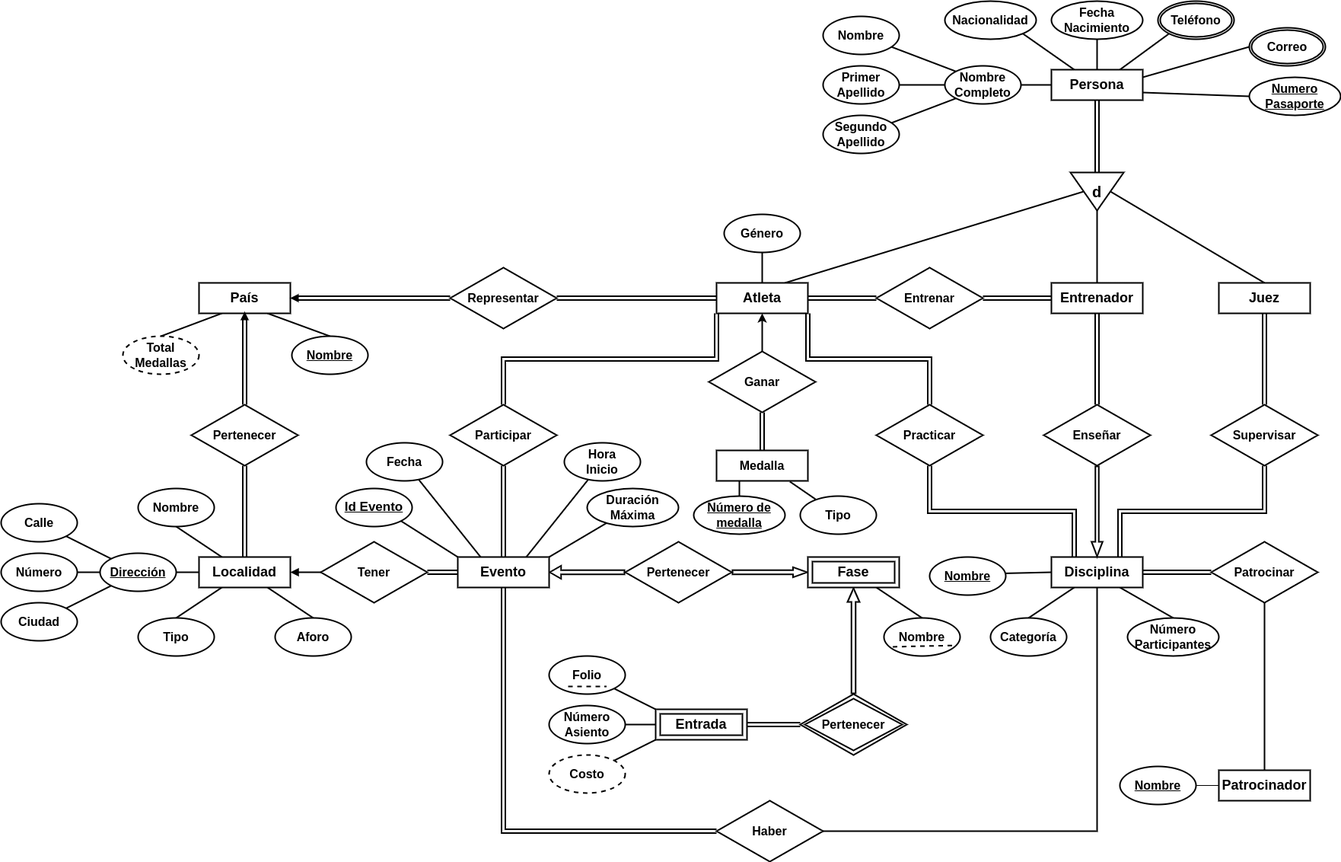
Earlier version of the draw.io export Practica03_equipo/Diagramas/ERequipo.png (Htska/Db). Source tidied: cells renumbered, new cells last; positions are measured from the earlier drawing's top-left corner, leaving out a move shared by most shapes.
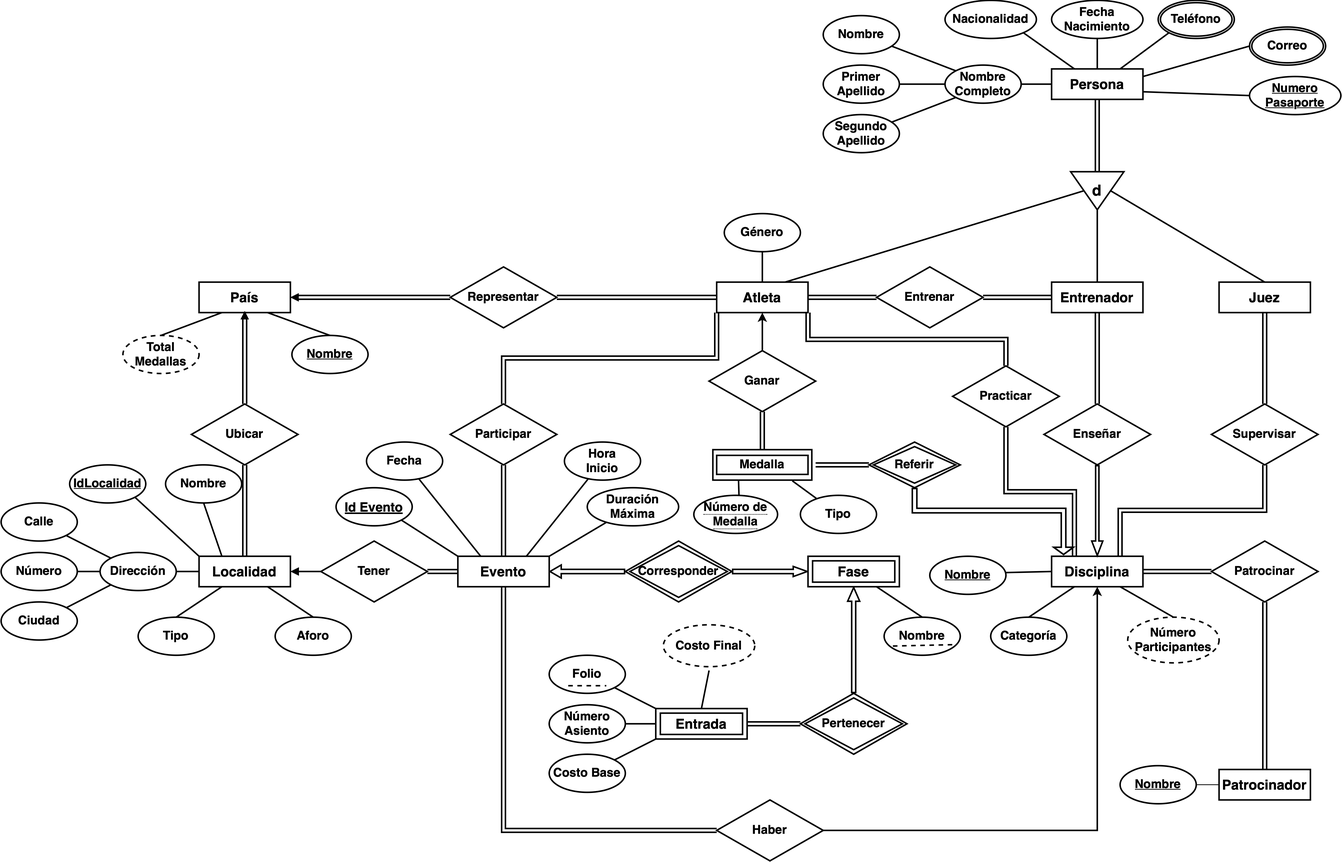
After the commit.

Commit message:
Diagrama practica corregida

Diff of the diagram source:
```diff
@@ -26,8 +26,10 @@
     <mxCell id="9" style="edgeStyle=orthogonalEdgeStyle;shape=link;rounded=0;jettySize=auto;html=1;exitX=0.5;exitY=1;exitDx=0;exitDy=0;entryX=0;entryY=0.5;entryDx=0;entryDy=0;strokeColor=default;strokeWidth=2;align=center;verticalAlign=middle;fontFamily=Helvetica;fontSize=11;fontColor=default;labelBackgroundColor=default;endArrow=none;endFill=0;" parent="1" edge="1" source="11">
       <mxGeometry relative="1" as="geometry" />
     </mxCell>
-    <mxCell id="10" style="edgeStyle=none;shape=flexArrow;rounded=0;jettySize=auto;html=1;entryX=0;entryY=0.5;entryDx=0;entryDy=0;strokeColor=default;strokeWidth=2;align=center;verticalAlign=middle;fontFamily=Helvetica;fontSize=11;fontColor=default;labelBackgroundColor=default;startArrow=block;startFill=1;startSize=4.2615384615384615;endArrow=none;endFill=0;width=4.615384615384615;startWidth=9.52662721893491;" parent="1" edge="1" source="11" target="89">
-      <mxGeometry relative="1" as="geometry" />
+    <mxCell id="10" style="edgeStyle=none;shape=flexArrow;rounded=0;jettySize=auto;html=1;entryX=0;entryY=0.5;entryDx=0;entryDy=0;strokeColor=default;strokeWidth=2;align=center;verticalAlign=middle;fontFamily=Helvetica;fontSize=11;fontColor=default;labelBackgroundColor=default;startArrow=block;startFill=1;startSize=4.2615384615384615;endArrow=none;endFill=0;width=4.615384615384615;startWidth=9.52662721893491;" parent="1" edge="1" source="11">
+      <mxGeometry relative="1" as="geometry">
+        <mxPoint x="820" y="750" as="targetPoint" />
+      </mxGeometry>
     </mxCell>
     <mxCell id="11" value="&lt;b&gt;Evento&lt;/b&gt;" style="whiteSpace=wrap;html=1;align=center;strokeWidth=2;fontSize=18;gradientColor=none;strokeColor=default;verticalAlign=middle;fontFamily=Helvetica;fontColor=default;fontStyle=1;fillColor=default;" parent="1" vertex="1">
       <mxGeometry x="600" y="730" width="120" height="40" as="geometry" />
@@ -42,7 +44,7 @@
       <mxGeometry x="860" y="930" width="120" height="40" as="geometry" />
     </mxCell>
     <mxCell id="15" value="&lt;div&gt;Nombre&lt;/div&gt;" style="ellipse;whiteSpace=wrap;html=1;align=center;fontSize=16;fontStyle=1;strokeWidth=2;" parent="1" vertex="1">
-      <mxGeometry x="180" y="640" width="100" height="50" as="geometry" />
+      <mxGeometry x="216" y="610" width="100" height="50" as="geometry" />
     </mxCell>
     <mxCell id="16" style="edgeStyle=none;shape=connector;rounded=0;jettySize=auto;html=1;exitX=0;exitY=1;exitDx=0;exitDy=0;entryX=1;entryY=0;entryDx=0;entryDy=0;strokeColor=default;strokeWidth=2;align=center;verticalAlign=middle;fontFamily=Helvetica;fontSize=11;fontColor=default;labelBackgroundColor=default;endArrow=none;endFill=0;" parent="1" edge="1" source="18" target="19">
       <mxGeometry relative="1" as="geometry" />
@@ -50,7 +52,7 @@
     <mxCell id="17" style="edgeStyle=none;shape=connector;rounded=0;jettySize=auto;html=1;exitX=0;exitY=0;exitDx=0;exitDy=0;strokeColor=default;strokeWidth=2;align=center;verticalAlign=middle;fontFamily=Helvetica;fontSize=11;fontColor=default;labelBackgroundColor=default;endArrow=none;endFill=0;" parent="1" edge="1" source="18" target="22">
       <mxGeometry relative="1" as="geometry" />
     </mxCell>
-    <mxCell id="18" value="Dirección" style="ellipse;whiteSpace=wrap;html=1;align=center;fontStyle=5;strokeWidth=2;fontSize=16;" parent="1" vertex="1">
+    <mxCell id="18" value="Dirección" style="ellipse;whiteSpace=wrap;html=1;align=center;fontStyle=1;strokeWidth=2;fontSize=16;" parent="1" vertex="1">
       <mxGeometry x="130" y="725" width="100" height="50" as="geometry" />
     </mxCell>
     <mxCell id="19" value="Ciudad" style="ellipse;whiteSpace=wrap;html=1;align=center;fontSize=16;fontStyle=1;strokeWidth=2;" parent="1" vertex="1">
@@ -104,14 +106,14 @@
     <mxCell id="35" value="Folio" style="ellipse;whiteSpace=wrap;html=1;align=center;fontStyle=1;strokeWidth=2;fontSize=16;" parent="1" vertex="1">
       <mxGeometry x="720" y="860" width="100" height="50" as="geometry" />
     </mxCell>
-    <mxCell id="36" value="Costo" style="ellipse;whiteSpace=wrap;html=1;align=center;dashed=1;fontStyle=1;fontSize=16;strokeWidth=2;" parent="1" vertex="1">
+    <mxCell id="36" value="Costo Base" style="ellipse;whiteSpace=wrap;html=1;align=center;fontStyle=1;fontSize=16;strokeWidth=2;" parent="1" vertex="1">
       <mxGeometry x="720" y="990" width="100" height="50" as="geometry" />
     </mxCell>
     <mxCell id="37" style="shape=link;rounded=0;jettySize=auto;html=1;entryX=0.25;entryY=0;entryDx=0;entryDy=0;strokeColor=default;strokeWidth=2;align=center;verticalAlign=middle;fontFamily=Helvetica;fontSize=11;fontColor=default;labelBackgroundColor=default;endArrow=none;endFill=0;edgeStyle=elbowEdgeStyle;elbow=vertical;" parent="1" edge="1" source="38" target="77">
       <mxGeometry relative="1" as="geometry" />
     </mxCell>
     <mxCell id="38" value="&lt;b&gt;Practicar&lt;/b&gt;" style="shape=rhombus;perimeter=rhombusPerimeter;whiteSpace=wrap;html=1;align=center;fontFamily=Helvetica;fontSize=16;labelBackgroundColor=default;strokeWidth=2;" parent="1" vertex="1">
-      <mxGeometry x="1150" y="530" width="140" height="80" as="geometry" />
+      <mxGeometry x="1250" y="480" width="140" height="80" as="geometry" />
     </mxCell>
     <mxCell id="39" style="edgeStyle=none;shape=connector;rounded=0;jettySize=auto;html=1;entryX=0.5;entryY=0;entryDx=0;entryDy=0;strokeColor=default;strokeWidth=2;align=center;verticalAlign=middle;fontFamily=Helvetica;fontSize=11;fontColor=default;labelBackgroundColor=default;endArrow=none;endFill=0;" parent="1" edge="1" source="40" target="50">
       <mxGeometry relative="1" as="geometry" />
@@ -236,10 +238,10 @@
     <mxCell id="79" value="Categoría" style="ellipse;whiteSpace=wrap;html=1;align=center;fontSize=16;fontStyle=1;strokeWidth=2;" parent="1" vertex="1">
       <mxGeometry x="1300" y="810" width="100" height="50" as="geometry" />
     </mxCell>
-    <mxCell id="80" value="&lt;div&gt;Número&lt;/div&gt;&lt;div&gt;Participantes&lt;br&gt;&lt;/div&gt;" style="ellipse;whiteSpace=wrap;html=1;align=center;fontSize=16;fontStyle=1;strokeWidth=2;verticalAlign=middle;horizontal=1;" parent="1" vertex="1">
-      <mxGeometry x="1480" y="810" width="120" height="50" as="geometry" />
+    <mxCell id="80" value="&lt;div&gt;Número&lt;/div&gt;&lt;div&gt;Participantes&lt;br&gt;&lt;/div&gt;" style="ellipse;whiteSpace=wrap;html=1;align=center;fontSize=16;fontStyle=1;strokeWidth=2;verticalAlign=middle;horizontal=1;dashed=1;" parent="1" vertex="1">
+      <mxGeometry x="1480" y="810" width="120" height="60" as="geometry" />
     </mxCell>
-    <mxCell id="81" style="edgeStyle=none;rounded=0;jettySize=auto;html=1;entryX=0.5;entryY=0;entryDx=0;entryDy=0;strokeColor=default;strokeWidth=2;align=center;verticalAlign=middle;fontFamily=Helvetica;fontSize=11;fontColor=default;labelBackgroundColor=default;endArrow=none;endFill=0;" parent="1" edge="1" source="83" target="3">
+    <mxCell id="81" style="edgeStyle=none;rounded=0;jettySize=auto;html=1;entryX=0.5;entryY=0;entryDx=0;entryDy=0;strokeColor=default;strokeWidth=2;align=center;verticalAlign=middle;fontFamily=Helvetica;fontSize=11;fontColor=default;labelBackgroundColor=default;endArrow=none;endFill=0;shape=link;" parent="1" edge="1" source="83" target="3">
       <mxGeometry relative="1" as="geometry" />
     </mxCell>
     <mxCell id="82" style="edgeStyle=none;shape=link;rounded=0;jettySize=auto;html=1;strokeColor=default;strokeWidth=2;align=center;verticalAlign=middle;fontFamily=Helvetica;fontSize=11;fontColor=default;labelBackgroundColor=default;endArrow=none;endFill=0;" parent="1" edge="1" source="83" target="77">
@@ -251,7 +253,7 @@
     <mxCell id="84" style="edgeStyle=none;rounded=0;jettySize=auto;html=1;entryX=0.5;entryY=0;entryDx=0;entryDy=0;strokeColor=default;strokeWidth=2;align=center;verticalAlign=middle;fontFamily=Helvetica;fontSize=11;fontColor=default;labelBackgroundColor=default;endArrow=none;endFill=0;shape=link;" parent="1" edge="1" source="85" target="8">
       <mxGeometry relative="1" as="geometry" />
     </mxCell>
-    <mxCell id="85" value="&lt;font style=&quot;font-size: 16px;&quot;&gt;Pertenecer&lt;/font&gt;" style="shape=rhombus;perimeter=rhombusPerimeter;whiteSpace=wrap;align=center;fontFamily=Helvetica;fontSize=16;labelBackgroundColor=default;strokeWidth=2;fontStyle=1;labelBorderColor=none;textShadow=0;html=1;verticalAlign=middle;" parent="1" vertex="1">
+    <mxCell id="85" value="Ubicar" style="shape=rhombus;perimeter=rhombusPerimeter;whiteSpace=wrap;align=center;fontFamily=Helvetica;fontSize=16;labelBackgroundColor=default;strokeWidth=2;fontStyle=1;labelBorderColor=none;textShadow=0;html=1;verticalAlign=middle;" parent="1" vertex="1">
       <mxGeometry x="250" y="530" width="140" height="80" as="geometry" />
     </mxCell>
     <mxCell id="86" style="rounded=0;jettySize=auto;html=1;strokeColor=default;strokeWidth=2;align=center;verticalAlign=middle;fontFamily=Helvetica;fontSize=11;fontColor=default;labelBackgroundColor=default;endArrow=none;endFill=0;shape=link;" parent="1" edge="1" source="88" target="11">
@@ -263,17 +265,16 @@
     <mxCell id="88" value="Tener" style="shape=rhombus;perimeter=rhombusPerimeter;whiteSpace=wrap;align=center;fontFamily=Helvetica;fontSize=16;labelBackgroundColor=default;strokeWidth=2;fontStyle=1;labelBorderColor=none;textShadow=0;html=1;verticalAlign=middle;" parent="1" vertex="1">
       <mxGeometry x="420" y="710" width="140" height="80" as="geometry" />
     </mxCell>
-    <mxCell id="89" value="&lt;b&gt;Pertenecer&lt;/b&gt;" style="shape=rhombus;perimeter=rhombusPerimeter;whiteSpace=wrap;html=1;align=center;fontFamily=Helvetica;fontSize=16;labelBackgroundColor=default;strokeWidth=2;" parent="1" vertex="1">
-      <mxGeometry x="820" y="710" width="140" height="80" as="geometry" />
-    </mxCell>
     <mxCell id="90" style="edgeStyle=elbowEdgeStyle;shape=link;rounded=0;jettySize=auto;html=1;entryX=0.75;entryY=0;entryDx=0;entryDy=0;strokeColor=default;strokeWidth=2;align=center;verticalAlign=middle;fontFamily=Helvetica;fontSize=11;fontColor=default;labelBackgroundColor=default;endArrow=none;endFill=0;elbow=vertical;" parent="1" edge="1" source="91" target="77">
       <mxGeometry relative="1" as="geometry" />
     </mxCell>
     <mxCell id="91" value="&lt;b&gt;Supervisar&lt;/b&gt;" style="shape=rhombus;perimeter=rhombusPerimeter;whiteSpace=wrap;html=1;align=center;fontFamily=Helvetica;fontSize=16;labelBackgroundColor=default;strokeWidth=2;" parent="1" vertex="1">
       <mxGeometry x="1590" y="530" width="140" height="80" as="geometry" />
     </mxCell>
-    <mxCell id="92" style="edgeStyle=none;shape=flexArrow;rounded=0;jettySize=auto;html=1;exitX=0;exitY=0.5;exitDx=0;exitDy=0;strokeColor=default;strokeWidth=2;align=center;verticalAlign=middle;fontFamily=Helvetica;fontSize=11;fontColor=default;labelBackgroundColor=default;startArrow=block;startFill=1;startSize=5.476923076923077;endArrow=none;endFill=0;width=4.615384615384615;startWidth=5.680473372781065;entryX=1;entryY=0.5;entryDx=0;entryDy=0;" parent="1" edge="1" source="120" target="89">
-      <mxGeometry relative="1" as="geometry" />
+    <mxCell id="92" style="edgeStyle=none;shape=flexArrow;rounded=0;jettySize=auto;html=1;exitX=0;exitY=0.5;exitDx=0;exitDy=0;strokeColor=default;strokeWidth=2;align=center;verticalAlign=middle;fontFamily=Helvetica;fontSize=11;fontColor=default;labelBackgroundColor=default;startArrow=block;startFill=1;startSize=5.476923076923077;endArrow=none;endFill=0;width=4.615384615384615;startWidth=5.680473372781065;entryX=1;entryY=0.5;entryDx=0;entryDy=0;" parent="1" edge="1" source="120">
+      <mxGeometry relative="1" as="geometry">
+        <mxPoint x="960" y="750" as="targetPoint" />
+      </mxGeometry>
     </mxCell>
     <mxCell id="93" style="edgeStyle=none;rounded=0;jettySize=auto;html=1;strokeColor=default;strokeWidth=2;align=center;verticalAlign=middle;fontFamily=Helvetica;fontSize=11;fontColor=default;labelBackgroundColor=default;endArrow=none;endFill=0;shape=link;" parent="1" edge="1" source="94" target="50">
       <mxGeometry relative="1" as="geometry" />
@@ -326,17 +327,19 @@
     <mxCell id="108" value="Tipo" style="ellipse;whiteSpace=wrap;html=1;align=center;fontSize=16;fontStyle=1;strokeWidth=2;" parent="1" vertex="1">
       <mxGeometry x="1050" y="650" width="100" height="50" as="geometry" />
     </mxCell>
-    <mxCell id="109" style="edgeStyle=none;shape=connector;rounded=0;jettySize=auto;html=1;entryX=0.25;entryY=0;entryDx=0;entryDy=0;strokeColor=default;strokeWidth=2;align=center;verticalAlign=middle;fontFamily=Helvetica;fontSize=11;fontColor=default;labelBackgroundColor=default;endArrow=none;endFill=0;" parent="1" edge="1" source="110" target="117">
-      <mxGeometry relative="1" as="geometry" />
+    <mxCell id="109" style="edgeStyle=none;shape=connector;rounded=0;jettySize=auto;html=1;entryX=0.25;entryY=0;entryDx=0;entryDy=0;strokeColor=default;strokeWidth=2;align=center;verticalAlign=middle;fontFamily=Helvetica;fontSize=11;fontColor=default;labelBackgroundColor=default;endArrow=none;endFill=0;" parent="1" edge="1" target="117">
+      <mxGeometry relative="1" as="geometry">
+        <mxPoint x="969.3" y="650" as="sourcePoint" />
+      </mxGeometry>
     </mxCell>
-    <mxCell id="110" value="&lt;div&gt;&lt;u&gt;Número de medalla&lt;/u&gt;&lt;/div&gt;" style="ellipse;whiteSpace=wrap;html=1;align=center;fontSize=16;fontStyle=1;strokeWidth=2;" parent="1" vertex="1">
-      <mxGeometry x="910" y="650" width="120" height="50" as="geometry" />
-    </mxCell>
     <mxCell id="111" value="&lt;div&gt;Total&lt;/div&gt;&lt;div&gt;Medallas&lt;br&gt;&lt;/div&gt;" style="ellipse;whiteSpace=wrap;html=1;align=center;dashed=1;fontStyle=1;fontSize=16;strokeWidth=2;" parent="1" vertex="1">
       <mxGeometry x="160" y="440" width="100" height="50" as="geometry" />
     </mxCell>
-    <mxCell id="112" style="edgeStyle=orthogonalEdgeStyle;rounded=0;orthogonalLoop=1;jettySize=auto;html=1;exitX=0.5;exitY=1;exitDx=0;exitDy=0;" parent="1" edge="1" source="110" target="110">
-      <mxGeometry relative="1" as="geometry" />
+    <mxCell id="112" style="edgeStyle=orthogonalEdgeStyle;rounded=0;orthogonalLoop=1;jettySize=auto;html=1;exitX=0.5;exitY=1;exitDx=0;exitDy=0;" parent="1" edge="1">
+      <mxGeometry relative="1" as="geometry">
+        <mxPoint x="970" y="700" as="sourcePoint" />
+        <mxPoint x="970" y="700" as="targetPoint" />
+      </mxGeometry>
     </mxCell>
     <mxCell id="113" value="Nombre" style="ellipse;whiteSpace=wrap;html=1;align=center;fontStyle=5;strokeWidth=2;fontSize=16;" parent="1" vertex="1">
       <mxGeometry x="382" y="440" width="100" height="50" as="geometry" />
@@ -351,7 +354,7 @@
       <mxGeometry x="382" y="386" width="8" height="8" as="geometry" />
     </mxCell>
     <mxCell id="117" value="&lt;b style=&quot;font-size: 16px;&quot;&gt;Medalla&lt;/b&gt;" style="whiteSpace=wrap;html=1;align=center;strokeWidth=2;fontSize=16;" parent="1" vertex="1">
-      <mxGeometry x="940" y="590" width="120" height="40" as="geometry" />
+      <mxGeometry x="935" y="590" width="130" height="40" as="geometry" />
     </mxCell>
     <mxCell id="118" style="edgeStyle=none;shape=connector;rounded=0;jettySize=auto;html=1;exitX=0.75;exitY=1;exitDx=0;exitDy=0;entryX=0.5;entryY=0;entryDx=0;entryDy=0;strokeColor=default;strokeWidth=2;align=center;verticalAlign=middle;fontFamily=Helvetica;fontSize=11;fontColor=default;labelBackgroundColor=default;endArrow=none;endFill=0;" parent="1" edge="1" source="120" target="26">
       <mxGeometry relative="1" as="geometry" />
@@ -362,7 +365,7 @@
     <mxCell id="120" value="Fase" style="shape=ext;margin=3;double=1;whiteSpace=wrap;html=1;align=center;fontSize=18;fontStyle=1;strokeWidth=2;" parent="1" vertex="1">
       <mxGeometry x="1060" y="730" width="120" height="40" as="geometry" />
     </mxCell>
-    <mxCell id="121" style="edgeStyle=orthogonalEdgeStyle;rounded=0;jettySize=auto;html=1;entryX=0.5;entryY=1;entryDx=0;entryDy=0;strokeWidth=2;endArrow=none;endFill=0;" parent="1" edge="1" source="123" target="77">
+    <mxCell id="121" style="edgeStyle=orthogonalEdgeStyle;rounded=0;jettySize=auto;html=1;entryX=0.5;entryY=1;entryDx=0;entryDy=0;strokeWidth=2;endArrow=classic;endFill=1;" parent="1" edge="1" source="123" target="77">
       <mxGeometry relative="1" as="geometry" />
     </mxCell>
     <mxCell id="122" style="edgeStyle=orthogonalEdgeStyle;shape=link;rounded=0;jettySize=auto;html=1;exitX=0;exitY=0.5;exitDx=0;exitDy=0;entryX=0.5;entryY=1;entryDx=0;entryDy=0;strokeColor=default;strokeWidth=2;align=center;verticalAlign=middle;fontFamily=Helvetica;fontSize=11;fontColor=default;labelBackgroundColor=default;endArrow=block;endFill=1;endWidth=20;" parent="1" edge="1" source="123" target="11">
@@ -400,5 +403,44 @@
         <mxPoint x="795" y="900" as="targetPoint" />
       </mxGeometry>
     </mxCell>
+    <mxCell id="132" value="IdLocalidad" style="ellipse;whiteSpace=wrap;html=1;align=center;fontStyle=5;strokeWidth=2;fontSize=16;" parent="1" vertex="1">
+      <mxGeometry x="90" y="610" width="100" height="50" as="geometry" />
+    </mxCell>
+    <mxCell id="133" style="edgeStyle=none;shape=connector;rounded=0;jettySize=auto;html=1;exitX=0;exitY=0;exitDx=0;exitDy=0;entryX=1;entryY=1;entryDx=0;entryDy=0;strokeColor=default;strokeWidth=2;align=center;verticalAlign=middle;fontFamily=Helvetica;fontSize=11;fontColor=default;labelBackgroundColor=default;endArrow=none;endFill=0;" parent="1" edge="1" source="8" target="132">
+      <mxGeometry relative="1" as="geometry" />
+    </mxCell>
+    <mxCell id="134" value="&lt;font size=&quot;3&quot;&gt;&lt;b&gt;Corresponder&lt;/b&gt;&lt;/font&gt;" style="shape=rhombus;double=1;perimeter=rhombusPerimeter;whiteSpace=wrap;html=1;align=center;strokeWidth=2;" parent="1" vertex="1">
+      <mxGeometry x="820" y="710" width="140" height="80" as="geometry" />
+    </mxCell>
+    <mxCell id="135" value="Costo Final" style="ellipse;whiteSpace=wrap;html=1;align=center;fontStyle=1;fontSize=16;strokeWidth=2;dashed=1;" parent="1" vertex="1">
+      <mxGeometry x="870" y="820" width="120" height="55" as="geometry" />
+    </mxCell>
+    <mxCell id="136" style="edgeStyle=none;shape=connector;rounded=0;jettySize=auto;html=1;exitX=0.5;exitY=0;exitDx=0;exitDy=0;strokeColor=default;strokeWidth=2;align=center;verticalAlign=middle;fontFamily=Helvetica;fontSize=11;fontColor=default;labelBackgroundColor=default;endArrow=none;endFill=0;" parent="1" edge="1" source="14">
+      <mxGeometry relative="1" as="geometry">
+        <mxPoint x="930" y="880" as="targetPoint" />
+      </mxGeometry>
+    </mxCell>
+    <mxCell id="137" value="&lt;b style=&quot;font-size: 16px;&quot;&gt;Medalla&lt;/b&gt;" style="whiteSpace=wrap;html=1;align=center;strokeWidth=2;fontSize=16;" parent="1" vertex="1">
+      <mxGeometry x="940" y="597.5" width="120" height="25" as="geometry" />
+    </mxCell>
+    <mxCell id="138" value="&lt;span style=&quot;border-bottom-width: 1px; border-bottom-style: dotted; border-bottom-color: currentcolor; font-size: 16px;&quot;&gt;&lt;b&gt;Número de Medalla&lt;/b&gt;&lt;/span&gt;" style="ellipse;whiteSpace=wrap;html=1;align=center;strokeWidth=2;" parent="1" vertex="1">
+      <mxGeometry x="910" y="650" width="110" height="50" as="geometry" />
+    </mxCell>
+    <mxCell id="139" style="edgeStyle=orthogonalEdgeStyle;rounded=0;jettySize=auto;html=1;strokeWidth=2;endArrow=none;endFill=0;shape=link;" parent="1" edge="1" source="141">
+      <mxGeometry relative="1" as="geometry">
+        <mxPoint x="1070" y="610" as="targetPoint" />
+      </mxGeometry>
+    </mxCell>
+    <mxCell id="140" style="edgeStyle=orthogonalEdgeStyle;rounded=0;jettySize=auto;html=1;entryX=0.131;entryY=-0.033;entryDx=0;entryDy=0;strokeWidth=2;shape=flexArrow;endWidth=17.931034482758623;endSize=2.507692307692307;entryPerimeter=0;width=5;" parent="1" edge="1" source="141" target="77">
+      <mxGeometry relative="1" as="geometry">
+        <Array as="points">
+          <mxPoint x="1200" y="670" />
+          <mxPoint x="1396" y="670" />
+        </Array>
+      </mxGeometry>
+    </mxCell>
+    <mxCell id="141" value="Referir" style="shape=rhombus;double=1;perimeter=rhombusPerimeter;whiteSpace=wrap;html=1;align=center;strokeWidth=2;fontSize=16;fontStyle=1;" parent="1" vertex="1">
+      <mxGeometry x="1140" y="580" width="120" height="60" as="geometry" />
+    </mxCell>
   </root>
 </mxGraphModel>
```
